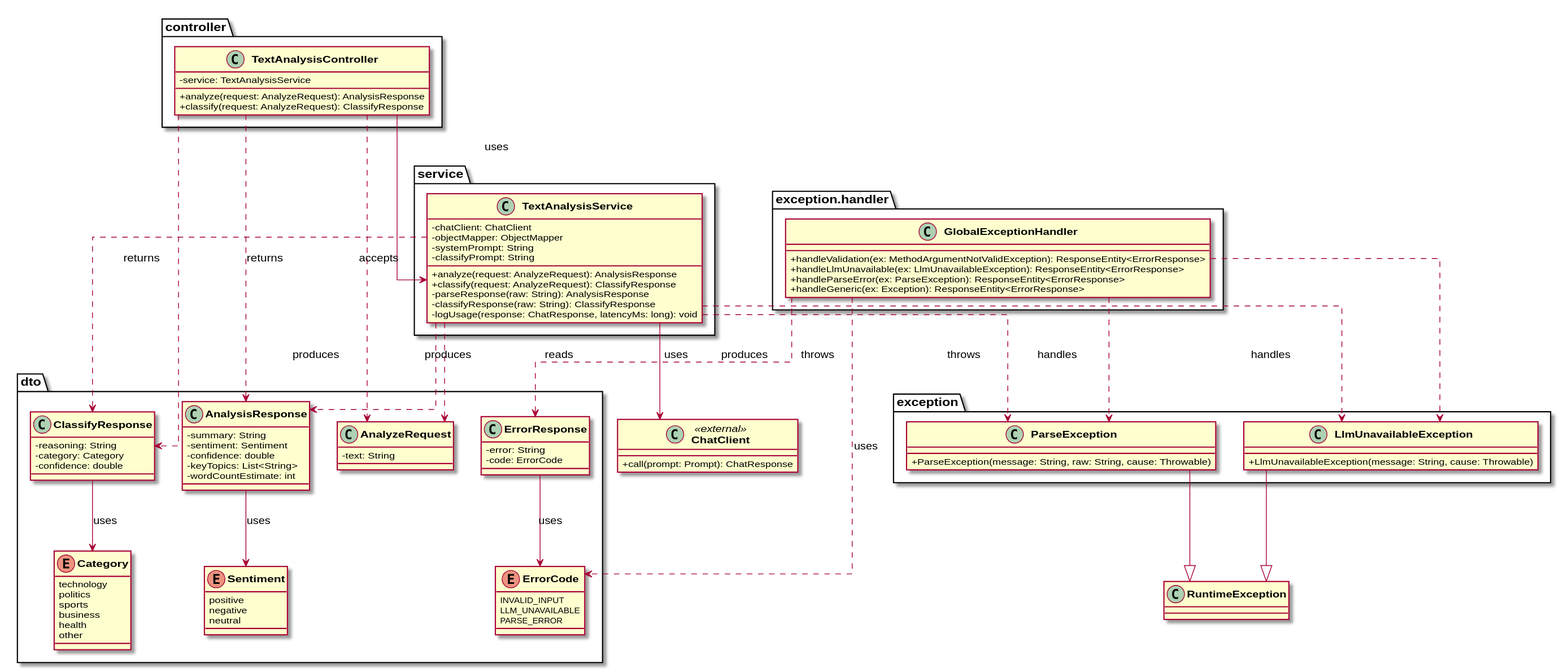
Buffden/ai-text-intelligence-dashboard keeps this PlantUML diagram as diagrams/docs/class-diagram.svg. Above is the earlier version.
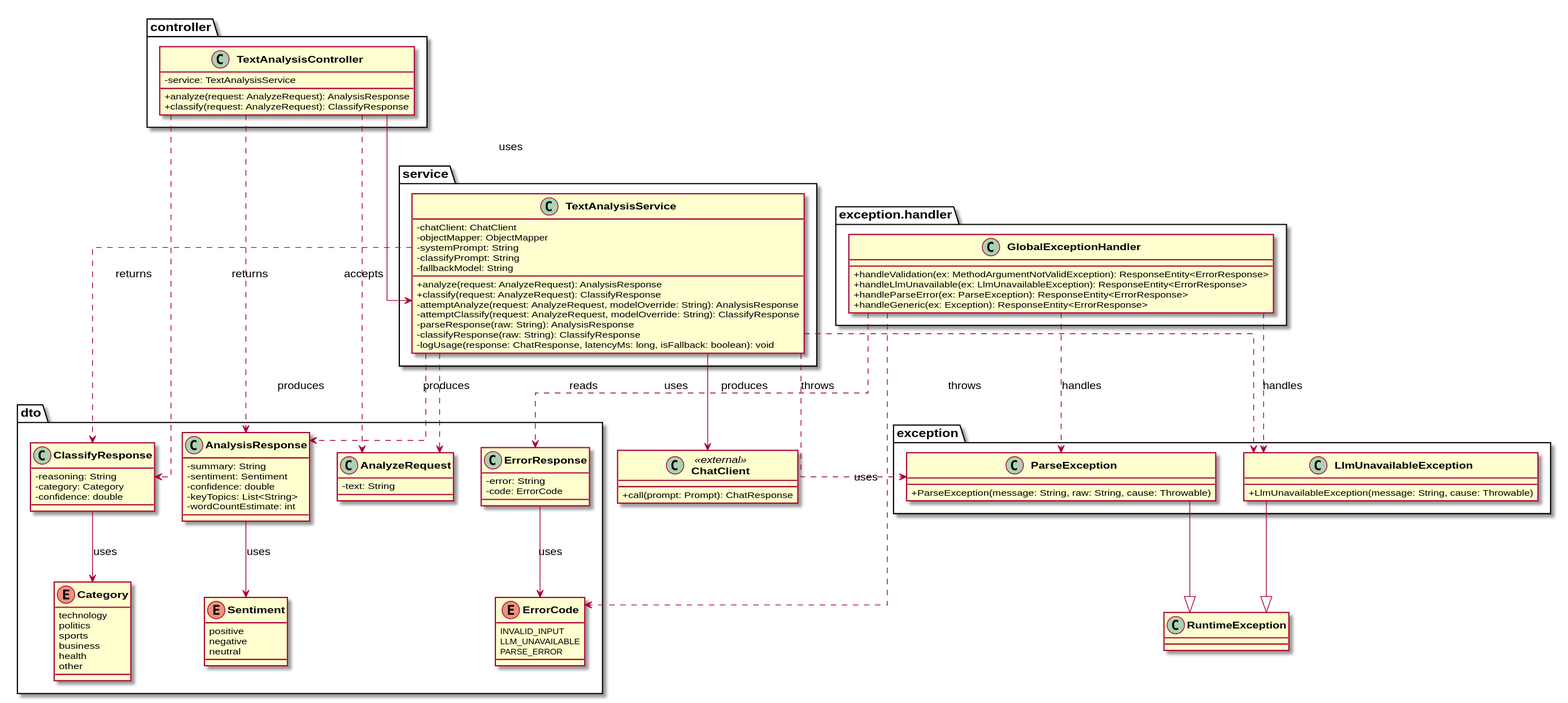
The same diagram one commit later.

The edit, as a diff of the source:
```diff
@@ -18,11 +18,14 @@
     - objectMapper: ObjectMapper
     - systemPrompt: String
     - classifyPrompt: String
+    - fallbackModel: String
     + analyze(request: AnalyzeRequest): AnalysisResponse
     + classify(request: AnalyzeRequest): ClassifyResponse
+    - attemptAnalyze(request: AnalyzeRequest, modelOverride: String): AnalysisResponse
+    - attemptClassify(request: AnalyzeRequest, modelOverride: String): ClassifyResponse
     - parseResponse(raw: String): AnalysisResponse
     - classifyResponse(raw: String): ClassifyResponse
-    - logUsage(response: ChatResponse, latencyMs: long): void
+    - logUsage(response: ChatResponse, latencyMs: long, isFallback: boolean): void
   }
 }
 
```
